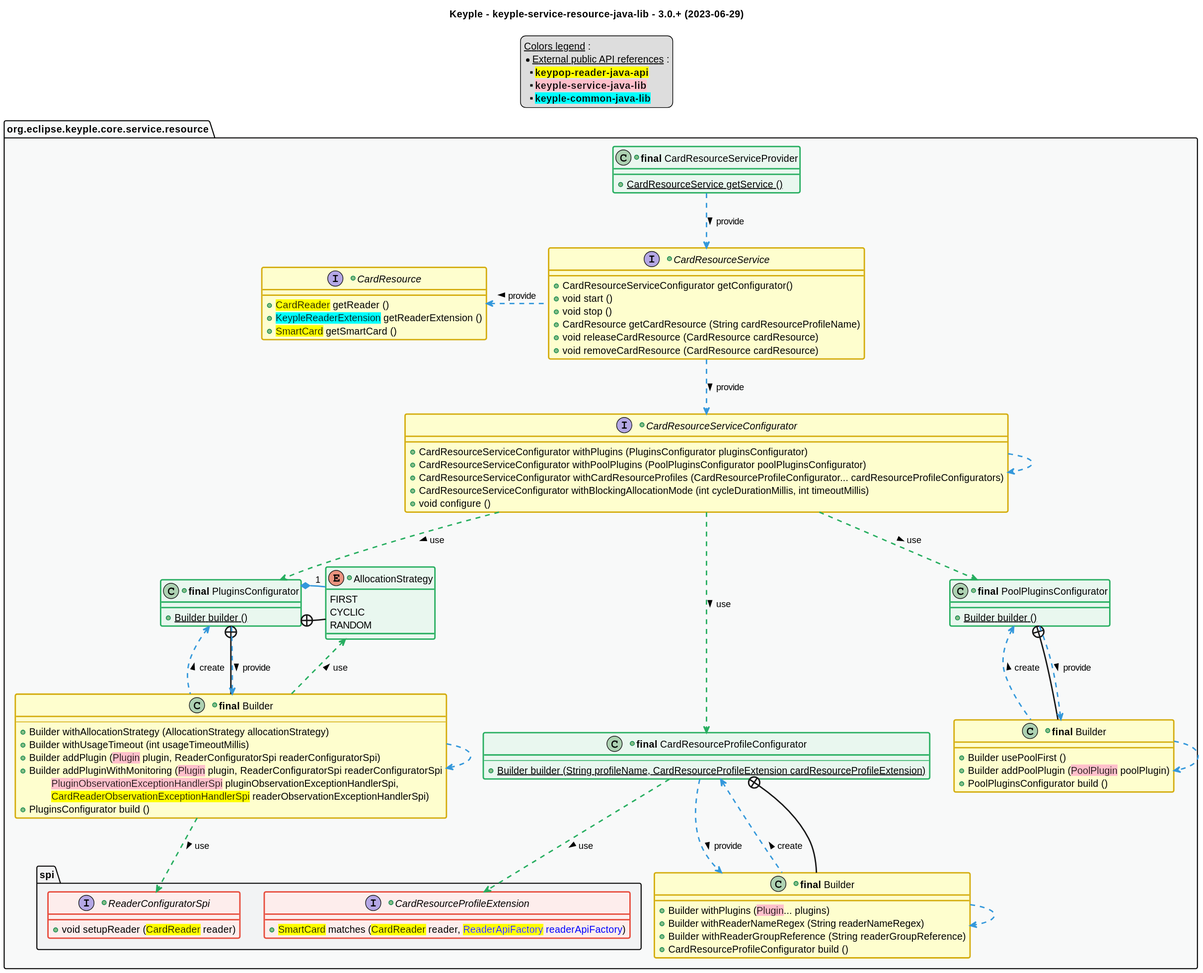
Earlier version of the PlantUML export src/main/uml/api_class_diagram.svg (eclipse-keyple/keyple-service-resource-java-lib).
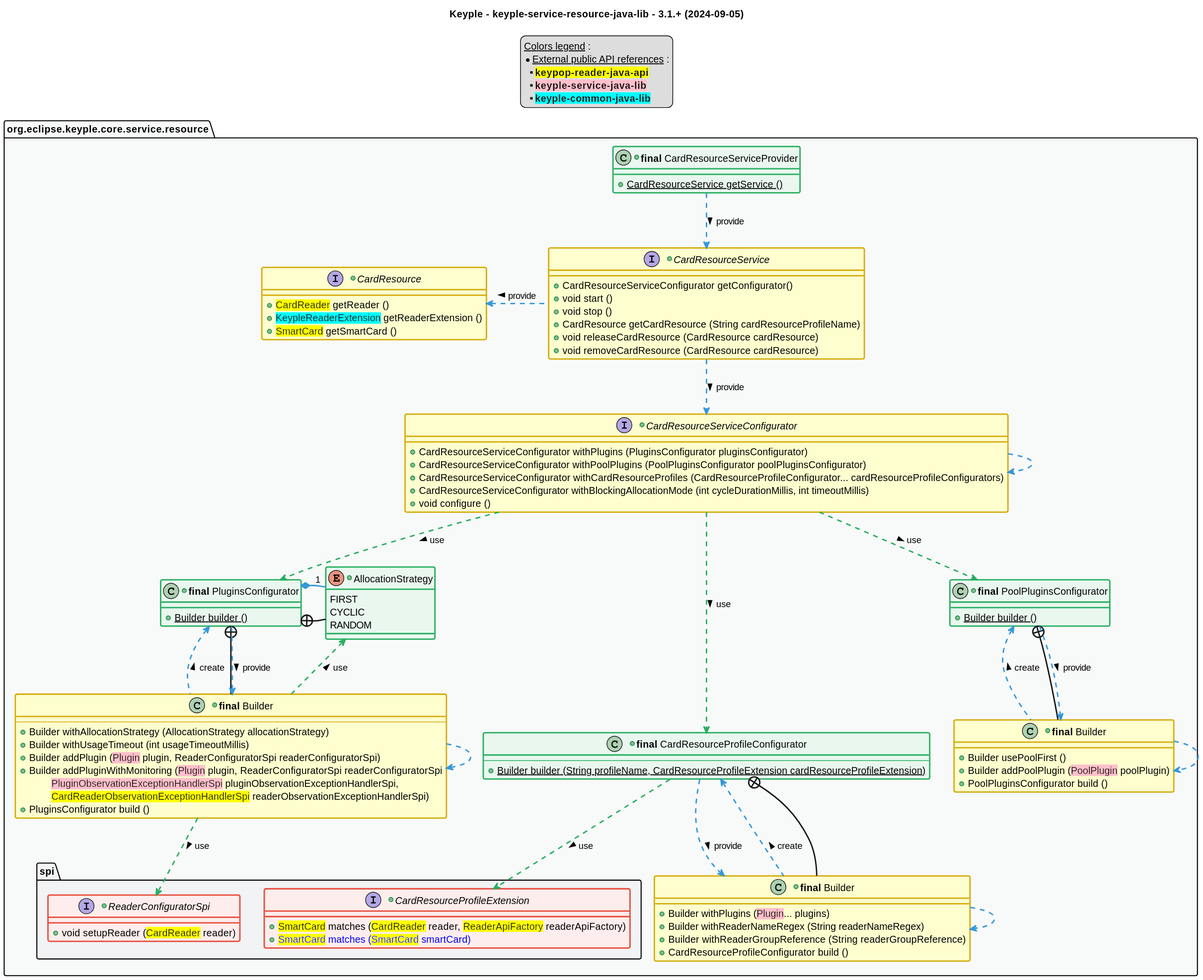
After the change.

Diff of the diagram source:
```diff
@@ -1,6 +1,6 @@
 @startuml
 title
-    Keyple - keyple-service-resource-java-lib - 3.0.+ (2023-06-29)
+    Keyple - keyple-service-resource-java-lib - 3.1.+ (2024-09-05)
 end title
 
 
@@ -121,7 +121,8 @@
             +void setupReader (<back:yellow>CardReader</back> reader)
         }
         +interface CardResourceProfileExtension <<red>> {
-            +<back:yellow>SmartCard</back> matches (<back:yellow>CardReader</back> reader, <color:blue><back:yellow>ReaderApiFactory</back> readerApiFactory</color>)
+            +<back:yellow>SmartCard</back> matches (<back:yellow>CardReader</back> reader, <back:yellow>ReaderApiFactory</back> readerApiFactory)
+            +<color:blue><back:yellow>SmartCard</back> matches (<back:yellow>SmartCard</back> smartCard)
         }
     }
 }
```
